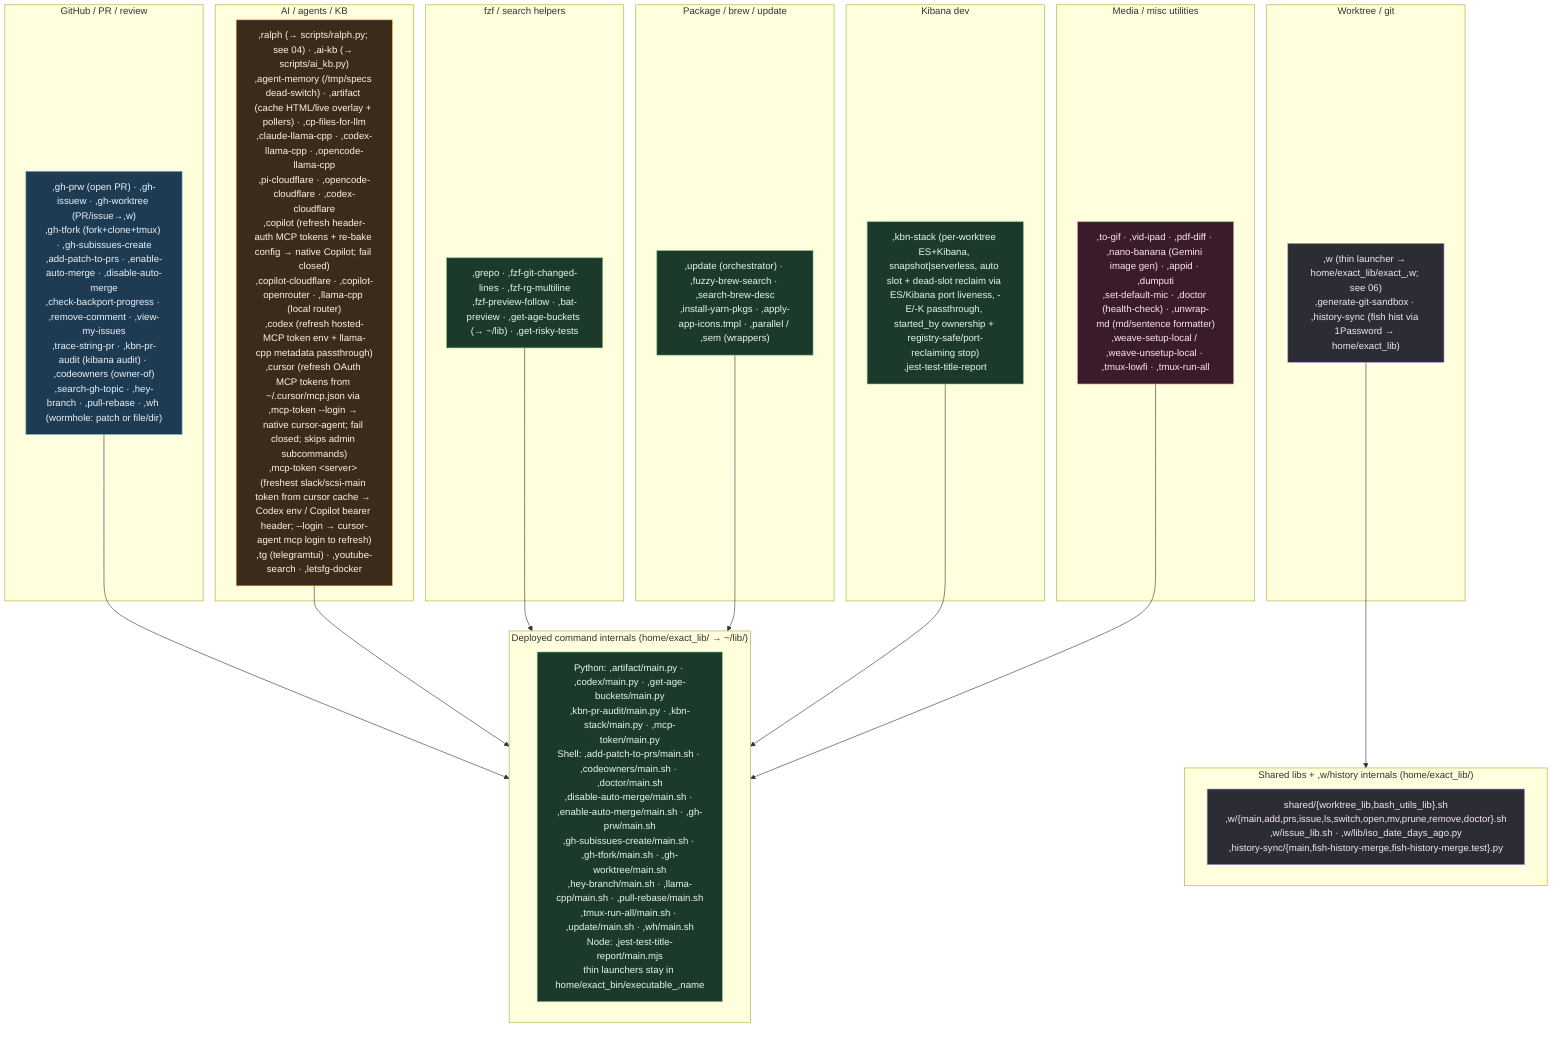
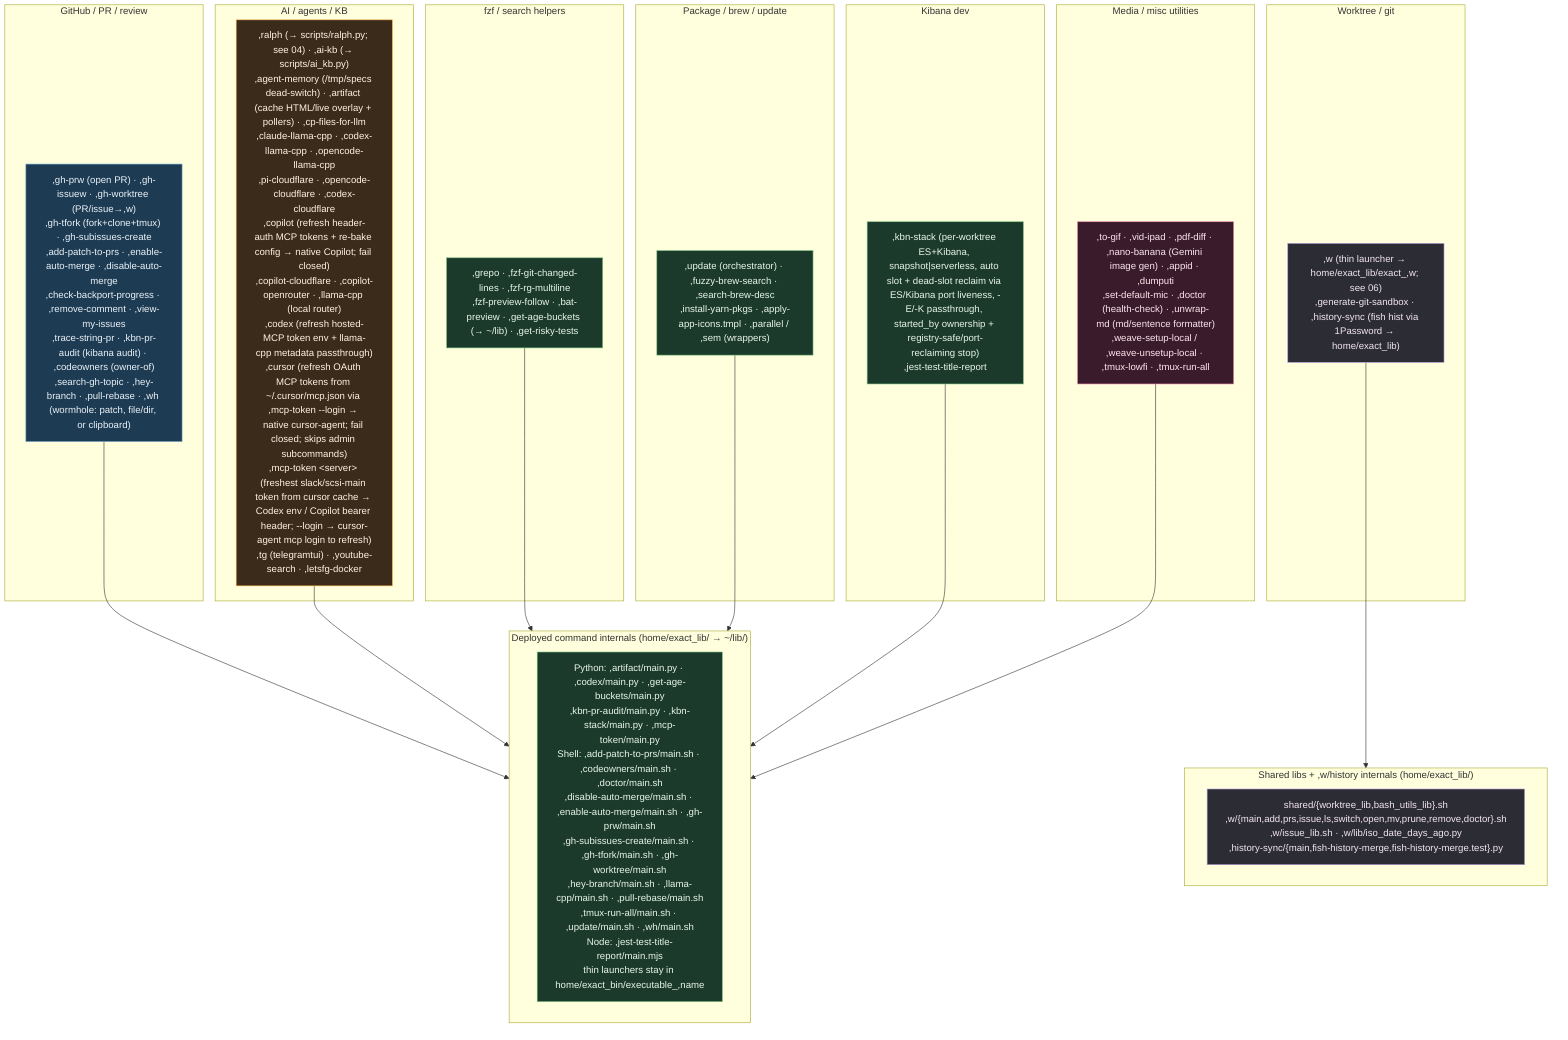
%% ============================================================================
%% 07c-bin-commands.mmd — Every thin command in home/exact_bin/ (71 thin commands)
%% plus deployed internals in home/exact_lib/ (40 command/shared library files).
%% executable_,* → ~/bin/,* (comma-prefixed user commands); home/exact_lib/exact_,name/
%% → ~/lib/,name/. verify-bin-surface keeps each command covered by fish
%% completions, docs, catalog, and non-orphaned command libraries.
%% ============================================================================
flowchart TB
    classDef gh fill:#1d3b53,stroke:#7fb3d5,color:#eaf2f8;
    classDef wt fill:#2c2c34,stroke:#b39ddb,color:#f3e5f5;
    classDef ai fill:#3a2b1b,stroke:#ffb74d,color:#fff3e0;
    classDef media fill:#3a1b2b,stroke:#f48fb1,color:#fce4ec;
    classDef sys fill:#1b3a2b,stroke:#81c784,color:#e8f5e9;

    subgraph GHC["GitHub / PR / review"]
-         G[",gh-prw (open PR) · ,gh-issuew · ,gh-worktree (PR/issue→,w)<br/>,gh-tfork (fork+clone+tmux) · ,gh-subissues-create<br/>,add-patch-to-prs · ,enable-auto-merge · ,disable-auto-merge<br/>,check-backport-progress · ,remove-comment · ,view-my-issues<br/>,trace-string-pr · ,kbn-pr-audit (kibana audit) · ,codeowners (owner-of)<br/>,search-gh-topic · ,hey-branch · ,pull-rebase · ,wh (wormhole: patch or file/dir)"]:::gh
+         G[",gh-prw (open PR) · ,gh-issuew · ,gh-worktree (PR/issue→,w)<br/>,gh-tfork (fork+clone+tmux) · ,gh-subissues-create<br/>,add-patch-to-prs · ,enable-auto-merge · ,disable-auto-merge<br/>,check-backport-progress · ,remove-comment · ,view-my-issues<br/>,trace-string-pr · ,kbn-pr-audit (kibana audit) · ,codeowners (owner-of)<br/>,search-gh-topic · ,hey-branch · ,pull-rebase · ,wh (wormhole: patch, file/dir, or clipboard)"]:::gh
    end

    subgraph WTC["Worktree / git"]
        W[",w (thin launcher → home/exact_lib/exact_,w; see 06)<br/>,generate-git-sandbox · ,history-sync (fish hist via 1Password → home/exact_lib)"]:::wt
    end

    subgraph AIC["AI / agents / KB"]
        A[",ralph (→ scripts/ralph.py; see 04) · ,ai-kb (→ scripts/ai_kb.py)<br/>,agent-memory (/tmp/specs dead-switch) · ,artifact (cache HTML/live overlay + pollers) · ,cp-files-for-llm<br/>,claude-llama-cpp · ,codex-llama-cpp · ,opencode-llama-cpp<br/>,pi-cloudflare · ,opencode-cloudflare · ,codex-cloudflare<br/>,copilot (refresh header-auth MCP tokens + re-bake config → native Copilot; fail closed)<br/>,copilot-cloudflare · ,copilot-openrouter · ,llama-cpp (local router)<br/>,codex (refresh hosted-MCP token env + llama-cpp metadata passthrough)<br/>,cursor (refresh OAuth MCP tokens from ~/.cursor/mcp.json via ,mcp-token --login → native cursor-agent; fail closed; skips admin subcommands)<br/>,mcp-token &lt;server&gt; (freshest slack/scsi-main token from cursor cache → Codex env / Copilot bearer header; --login → cursor-agent mcp login to refresh)<br/>,tg (telegramtui) · ,youtube-search · ,letsfg-docker"]:::ai
    end

    subgraph FZFC["fzf / search helpers"]
        F[",grepo · ,fzf-git-changed-lines · ,fzf-rg-multiline<br/>,fzf-preview-follow · ,bat-preview · ,get-age-buckets (→ ~/lib) · ,get-risky-tests"]:::sys
    end

    subgraph PKGC["Package / brew / update"]
        P[",update (orchestrator) · ,fuzzy-brew-search · ,search-brew-desc<br/>,install-yarn-pkgs · ,apply-app-icons.tmpl · ,parallel / ,sem (wrappers)"]:::sys
    end

    subgraph KBNC["Kibana dev"]
        K[",kbn-stack (per-worktree ES+Kibana, snapshot|serverless, auto slot + dead-slot reclaim via ES/Kibana port liveness, -E/-K passthrough, started_by ownership + registry-safe/port-reclaiming stop)<br/>,jest-test-title-report"]:::sys
    end

    subgraph MEDIA["Media / misc utilities"]
        M[",to-gif · ,vid-ipad · ,pdf-diff · ,nano-banana (Gemini image gen) · ,appid · ,dumputi<br/>,set-default-mic · ,doctor (health-check) · ,unwrap-md (md/sentence formatter)<br/>,weave-setup-local / ,weave-unsetup-local · ,tmux-lowfi · ,tmux-run-all"]:::media
    end

    subgraph LIBS["Shared libs + ,w/history internals (home/exact_lib/)"]
        L["shared/{worktree_lib,bash_utils_lib}.sh<br/>,w/{main,add,prs,issue,ls,switch,open,mv,prune,remove,doctor}.sh<br/>,w/issue_lib.sh · ,w/lib/iso_date_days_ago.py<br/>,history-sync/{main,fish-history-merge,fish-history-merge.test}.py"]:::wt
    end
    W --> LIBS

    subgraph CMDLIBS["Deployed command internals (home/exact_lib/ → ~/lib/)"]
        CL["Python: ,artifact/main.py · ,codex/main.py · ,get-age-buckets/main.py<br/>,kbn-pr-audit/main.py · ,kbn-stack/main.py · ,mcp-token/main.py<br/>Shell: ,add-patch-to-prs/main.sh · ,codeowners/main.sh · ,doctor/main.sh<br/>,disable-auto-merge/main.sh · ,enable-auto-merge/main.sh · ,gh-prw/main.sh<br/>,gh-subissues-create/main.sh · ,gh-tfork/main.sh · ,gh-worktree/main.sh<br/>,hey-branch/main.sh · ,llama-cpp/main.sh · ,pull-rebase/main.sh<br/>,tmux-run-all/main.sh · ,update/main.sh · ,wh/main.sh<br/>Node: ,jest-test-title-report/main.mjs<br/>thin launchers stay in home/exact_bin/executable_,name"]:::sys
    end
    G --> CMDLIBS
    A --> CMDLIBS
    F --> CMDLIBS
    P --> CMDLIBS
    K --> CMDLIBS
    M --> CMDLIBS
